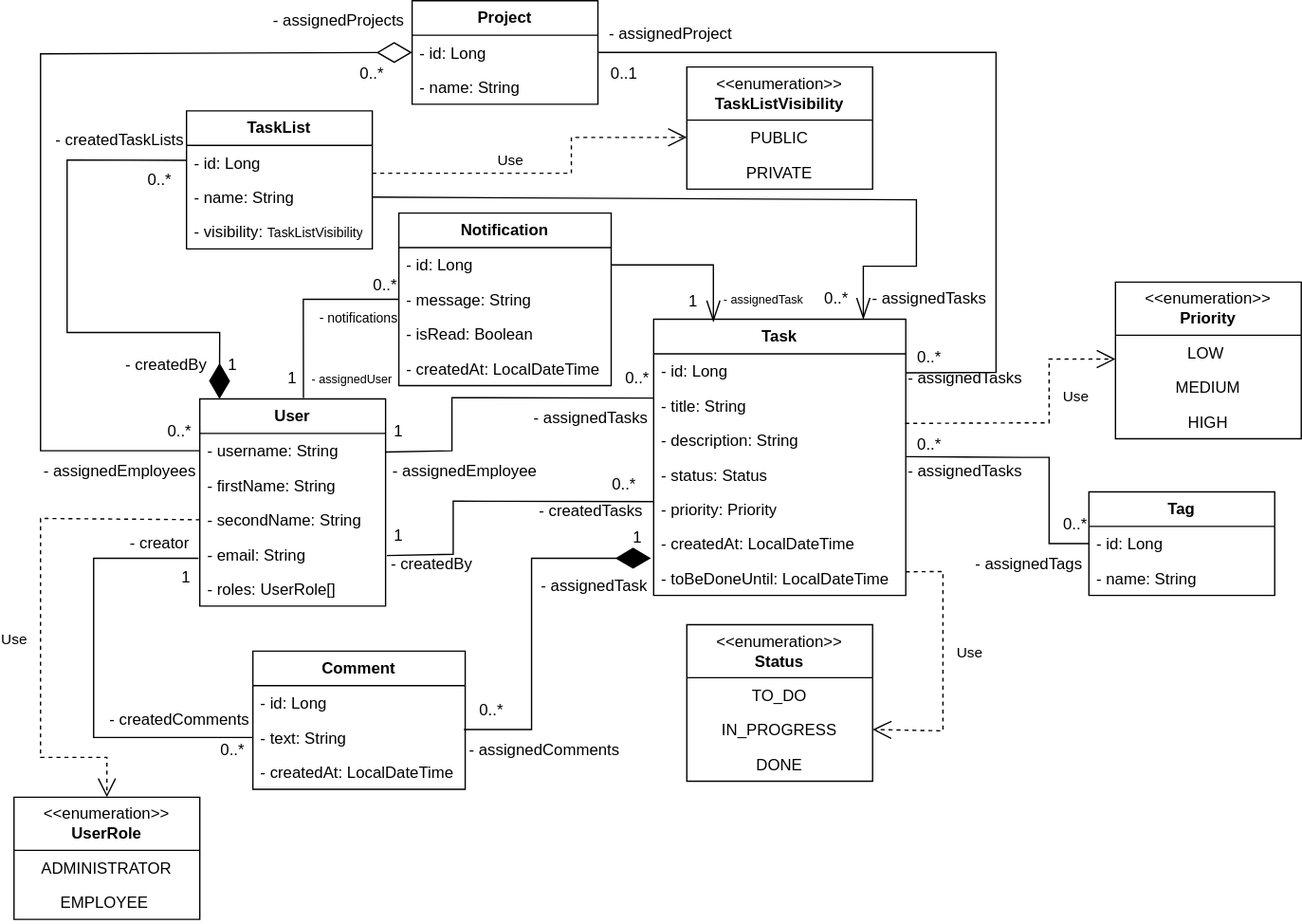
ddanny165/task-management keeps this draw.io diagram as docs/class-diagramm/class-diagramm.svg. Above is the earlier version. Source tidied: cells renumbered, new cells last; positions are measured from the earlier drawing's top-left corner, leaving out a move shared by most shapes.
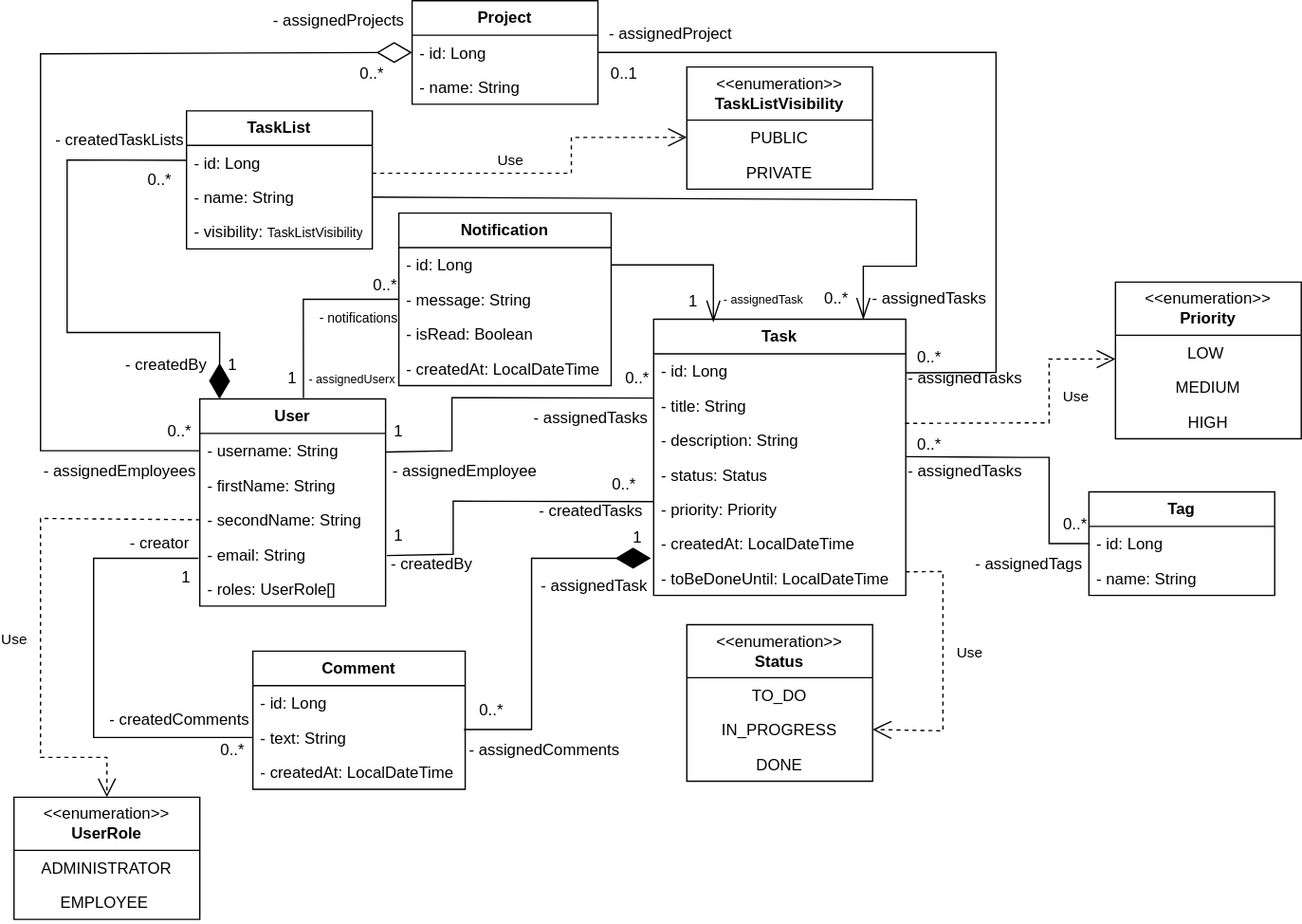
Later version of the same file.

Change to the diagram source:
```diff
@@ -374,7 +374,7 @@
     <mxCell id="98" value="1" style="text;strokeColor=none;align=center;fillColor=none;html=1;verticalAlign=middle;whiteSpace=wrap;rounded=0;" parent="1" vertex="1">
       <mxGeometry x="180" y="270" width="60" height="30" as="geometry" />
     </mxCell>
-    <mxCell id="99" value="&lt;font style=&quot;font-size: 9px;&quot;&gt;- assignedUser&lt;/font&gt;" style="text;strokeColor=none;align=center;fillColor=none;html=1;verticalAlign=middle;whiteSpace=wrap;rounded=0;" parent="1" vertex="1">
+    <mxCell id="99" value="&lt;font style=&quot;font-size: 9px;&quot;&gt;- assignedUserx&lt;/font&gt;" style="text;strokeColor=none;align=center;fillColor=none;html=1;verticalAlign=middle;whiteSpace=wrap;rounded=0;" parent="1" vertex="1">
       <mxGeometry x="220" y="270" width="70" height="30" as="geometry" />
     </mxCell>
     <mxCell id="100" style="endArrow=openThin;html=1;rounded=0;exitX=1;exitY=0.5;exitDx=0;exitDy=0;entryX=0.75;entryY=1;entryDx=0;entryDy=0;endFill=0;endSize=14;" parent="1" edge="1" source="91" target="102">
```
